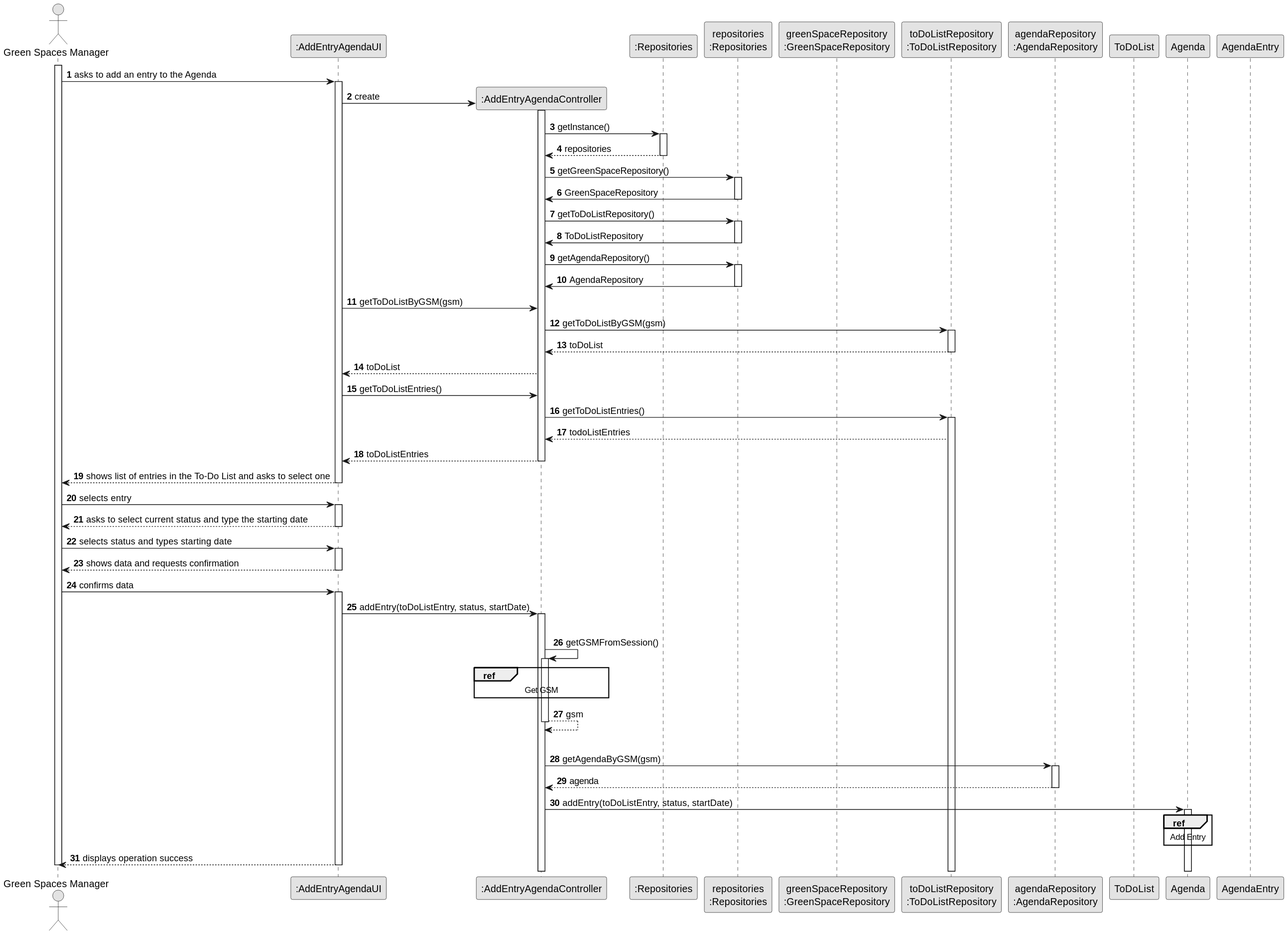
Before: docs/sprint3/us023/03.design/svg/us023-sequence-diagram-split.svg, a diagram exported from PlantUML (tiagosoa/lei-24-s2-1dgh-g073). Source of this version:
```plantuml
@startuml
skinparam monochrome true
skinparam packageStyle rectangle
skinparam shadowing false

autonumber

actor "Green Spaces Manager" as ADM
participant ":AddEntryAgendaUI" as UI
participant ":AddEntryAgendaController" as CTRL
participant ":Repositories" as RepositorySingleton
participant "repositories\n:Repositories" as PLAT
participant "greenSpaceRepository\n:GreenSpaceRepository" as GSR
participant "toDoListRepository\n:ToDoListRepository" as TDR
participant "agendaRepository\n:AgendaRepository" as AR
participant "ToDoList" as TDL
participant "Agenda" as AG
participant "AgendaEntry" as ENTRADA

activate ADM

        ADM -> UI : asks to add an entry to the Agenda

        activate UI

            UI -> CTRL** : create

            activate CTRL

                        CTRL -> RepositorySingleton : getInstance()
                                        activate RepositorySingleton

                                            RepositorySingleton --> CTRL: repositories
                                        deactivate RepositorySingleton

                             CTRL -> PLAT : getGreenSpaceRepository()
                                     activate PLAT

                                 PLAT -> CTRL : GreenSpaceRepository
                                 deactivate PLAT

                             CTRL -> PLAT : getToDoListRepository()
                                     activate PLAT

                                 PLAT -> CTRL : ToDoListRepository
                                 deactivate PLAT

                             CTRL -> PLAT : getAgendaRepository()
                                     activate PLAT

                                 PLAT -> CTRL : AgendaRepository
                                 deactivate PLAT

                             UI -> CTRL: getToDoListByGSM(gsm)

                             CTRL -> TDR: getToDoListByGSM(gsm)
                                         activate TDR

                                         TDR --> CTRL: toDoList
                                         deactivate TDR
                             CTRL --> UI : toDoList


                             UI -> CTRL : getToDoListEntries()
                            CTRL -> TDR : getToDoListEntries()
                            activate TDR

                            TDR --> CTRL : todoListEntries
                            deactivate GSR

                            CTRL --> UI : toDoListEntries
                            deactivate CTRL




    UI --> ADM : shows list of entries in the To-Do List and asks to select one
    deactivate UI

    ADM -> UI : selects entry
    activate UI

    UI --> ADM : asks to select current status and type the starting date
    deactivate UI

        ADM -> UI : selects status and types starting date
        activate UI

            UI --> ADM : shows data and requests confirmation
            deactivate UI

            ADM -> UI : confirms data
            activate UI


        UI -> CTRL : addEntry(toDoListEntry, status, startDate)
        activate CTRL

            |||
            CTRL -> CTRL : getGSMFromSession()
            activate CTRL

            ref over CTRL
            Get GSM
            end

                CTRL --> CTRL : gsm
            deactivate CTRL

            |||

            CTRL -> AR: getAgendaByGSM(gsm)
            activate AR

            AR --> CTRL: agenda
            deactivate AR

            CTRL -> AG: addEntry(toDoListEntry, status, startDate)
            activate AG

            ref over AG
            Add Entry
            end

            UI --> ADM: displays operation success
    deactivate UI

deactivate ADM
@enduml
```
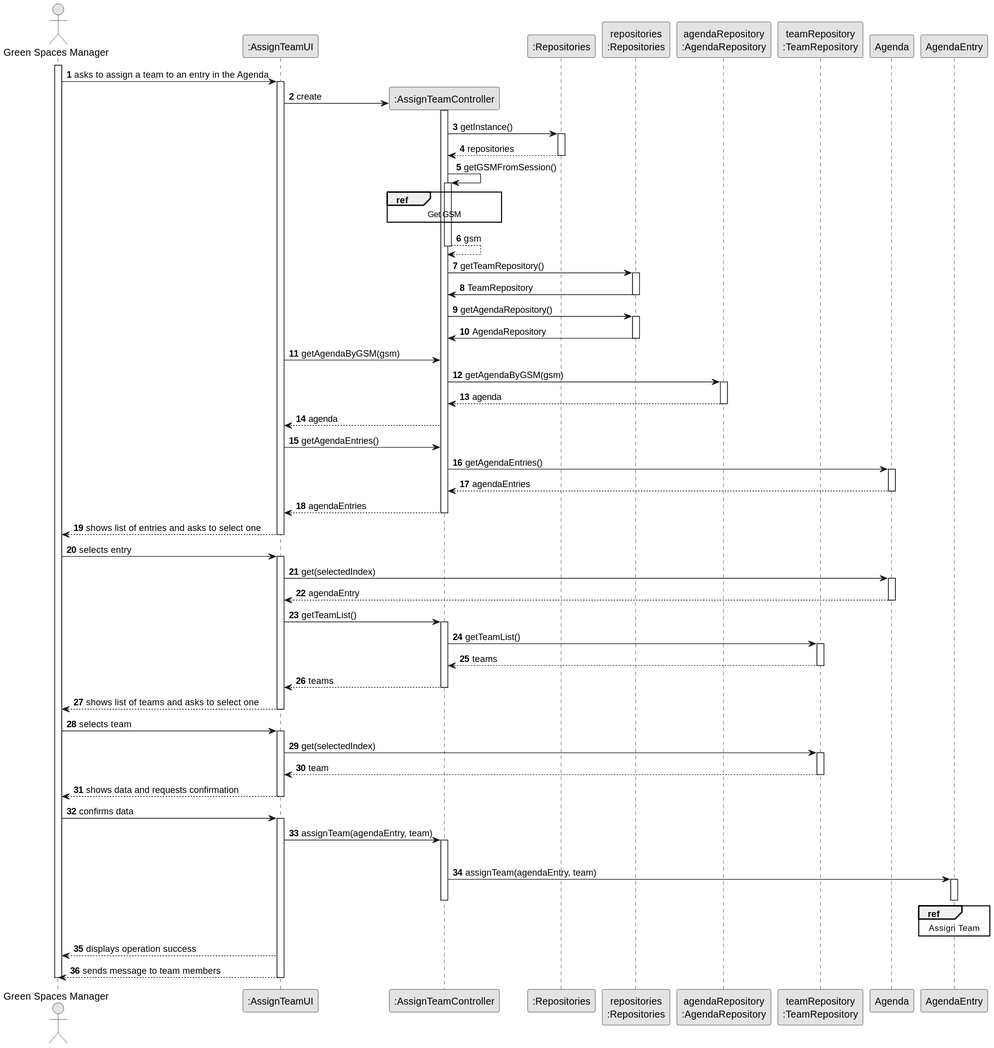
After the commit.

Change to the diagram source:
```diff
@@ -6,20 +6,18 @@
 autonumber
 
 actor "Green Spaces Manager" as ADM
-participant ":AddEntryAgendaUI" as UI
-participant ":AddEntryAgendaController" as CTRL
+participant ":AssignTeamUI" as UI
+participant ":AssignTeamController" as CTRL
 participant ":Repositories" as RepositorySingleton
 participant "repositories\n:Repositories" as PLAT
-participant "greenSpaceRepository\n:GreenSpaceRepository" as GSR
-participant "toDoListRepository\n:ToDoListRepository" as TDR
 participant "agendaRepository\n:AgendaRepository" as AR
-participant "ToDoList" as TDL
+participant "teamRepository\n:TeamRepository" as TR
 participant "Agenda" as AG
 participant "AgendaEntry" as ENTRADA
 
 activate ADM
 
-        ADM -> UI : asks to add an entry to the Agenda
+        ADM -> UI : asks to assign a team to an entry in the Agenda
 
         activate UI
 
@@ -33,16 +31,20 @@
                                             RepositorySingleton --> CTRL: repositories
                                         deactivate RepositorySingleton
 
-                             CTRL -> PLAT : getGreenSpaceRepository()
+                                         CTRL -> CTRL : getGSMFromSession()
+                                         activate CTRL
+
+                                         ref over CTRL
+                                         Get GSM
+                                         end
+
+                                             CTRL --> CTRL : gsm
+                                         deactivate CTRL
+
+                             CTRL -> PLAT : getTeamRepository()
                                      activate PLAT
 
-                                 PLAT -> CTRL : GreenSpaceRepository
-                                 deactivate PLAT
-
-                             CTRL -> PLAT : getToDoListRepository()
-                                     activate PLAT
-
-                                 PLAT -> CTRL : ToDoListRepository
+                                 PLAT -> CTRL : TeamRepository
                                  deactivate PLAT
 
                              CTRL -> PLAT : getAgendaRepository()
@@ -51,40 +53,67 @@
                                  PLAT -> CTRL : AgendaRepository
                                  deactivate PLAT
 
-                             UI -> CTRL: getToDoListByGSM(gsm)
+                             UI -> CTRL: getAgendaByGSM(gsm)
 
-                             CTRL -> TDR: getToDoListByGSM(gsm)
-                                         activate TDR
+                             CTRL -> AR: getAgendaByGSM(gsm)
+                                         activate AR
 
-                                         TDR --> CTRL: toDoList
-                                         deactivate TDR
-                             CTRL --> UI : toDoList
+                                         AR --> CTRL: agenda
+                                         deactivate AR
+                             CTRL --> UI : agenda
 
 
-                             UI -> CTRL : getToDoListEntries()
-                            CTRL -> TDR : getToDoListEntries()
-                            activate TDR
+                             UI -> CTRL : getAgendaEntries()
+                            CTRL -> AG : getAgendaEntries()
+                            activate AG
 
-                            TDR --> CTRL : todoListEntries
-                            deactivate GSR
+                            AG --> CTRL : agendaEntries
+                            deactivate AG
 
-                            CTRL --> UI : toDoListEntries
+                            CTRL --> UI : agendaEntries
                             deactivate CTRL
 
 
 
 
-    UI --> ADM : shows list of entries in the To-Do List and asks to select one
+    UI --> ADM : shows list of entries and asks to select one
     deactivate UI
+
+
 
     ADM -> UI : selects entry
     activate UI
 
-    UI --> ADM : asks to select current status and type the starting date
+                                     UI -> AG : get(selectedIndex)
+                                     activate AG
+
+                                    AG --> UI : agendaEntry
+                                    deactivate AG
+
+
+                                 UI -> CTRL : getTeamList()
+                                 activate CTRL
+
+                                CTRL -> TR : getTeamList()
+                                activate TR
+
+                                TR --> CTRL : teams
+                                deactivate TR
+
+                                CTRL --> UI : teams
+                                deactivate CTRL
+
+    UI --> ADM : shows list of teams and asks to select one
     deactivate UI
 
-        ADM -> UI : selects status and types starting date
+        ADM -> UI : selects team
         activate UI
+
+                                             UI -> TR : get(selectedIndex)
+                                             activate TR
+
+                                            TR --> UI : team
+                                            deactivate TR
 
             UI --> ADM : shows data and requests confirmation
             deactivate UI
@@ -93,36 +122,23 @@
             activate UI
 
 
-        UI -> CTRL : addEntry(toDoListEntry, status, startDate)
+        UI -> CTRL : assignTeam(agendaEntry, team)
         activate CTRL
 
             |||
-            CTRL -> CTRL : getGSMFromSession()
-            activate CTRL
 
-            ref over CTRL
-            Get GSM
-            end
+            CTRL -> ENTRADA: assignTeam(agendaEntry, team)
+            activate ENTRADA
 
-                CTRL --> CTRL : gsm
-            deactivate CTRL
+                ref over ENTRADA
+                Assign Team
+                end
+                deactivate ENTRADA
 
-            |||
-
-            CTRL -> AR: getAgendaByGSM(gsm)
-            activate AR
-
-            AR --> CTRL: agenda
-            deactivate AR
-
-            CTRL -> AG: addEntry(toDoListEntry, status, startDate)
-            activate AG
-
-            ref over AG
-            Add Entry
-            end
+                deactivate CTRL
 
             UI --> ADM: displays operation success
+            UI --> ADM: sends message to team members
     deactivate UI
 
 deactivate ADM
```
